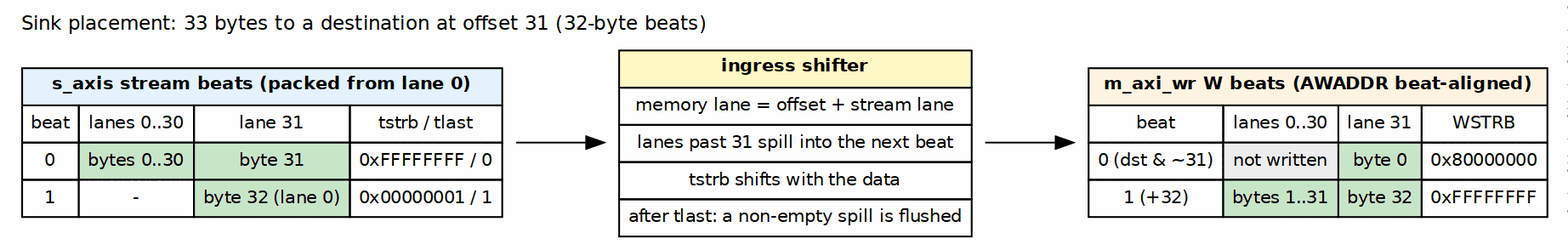
The Graphviz diagram projects/components/dma-ip/rapids/docs/rapids_has/assets/graphviz/02_byte_placement.png in sean-galloway/RTLDesignSherpa, before a commit. Its source is kept beside it as projects/components/dma-ip/rapids/docs/rapids_has/assets/graphviz/02_byte_placement.dot.
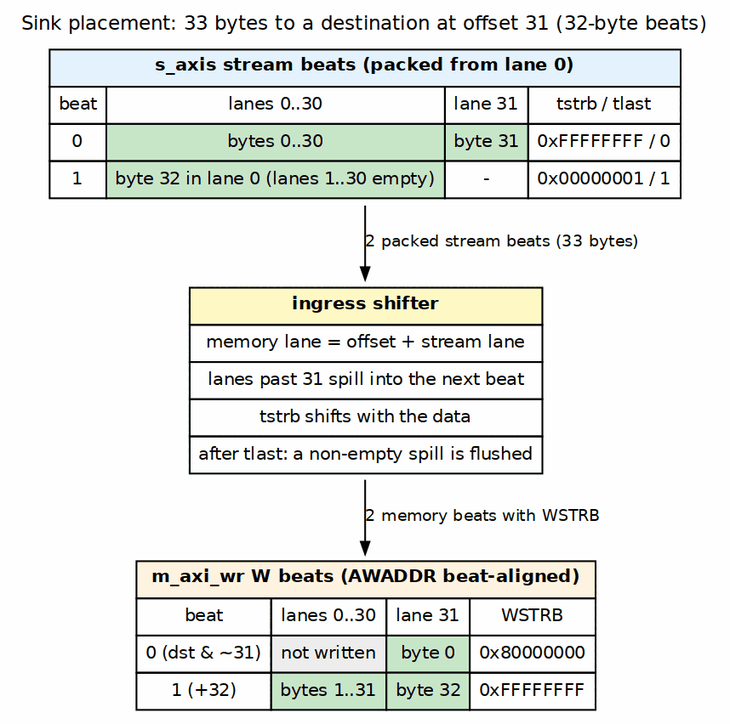
After the change.

Diff of the diagram source:
```diff
@@ -1,6 +1,7 @@
 digraph byte_placement {
-    graph [rankdir=LR, fontname="Helvetica", fontsize=11, nodesep=0.3, ranksep=0.7,
-           label="Sink placement: 33 bytes to a destination at offset 31 (32-byte beats)", labelloc=t, labeljust=l];
+    graph [rankdir=TB, bgcolor="white", fontname="Helvetica", fontsize=11, nodesep=0.3, ranksep=0.45,
+           label="Sink placement: 33 bytes to a destination at offset 31 (32-byte beats)", labelloc=t, labeljust=c];
+    edge  [fontname="Helvetica", fontsize=9, color="black", arrowsize=0.7];
     node  [shape=plaintext, fontname="Helvetica", fontsize=10];
 
     stream [label=<
@@ -8,7 +9,7 @@
         <tr><td colspan="4" bgcolor="#e3f2fd"><b>s_axis stream beats (packed from lane 0)</b></td></tr>
         <tr><td>beat</td><td>lanes 0..30</td><td>lane 31</td><td>tstrb / tlast</td></tr>
         <tr><td>0</td><td bgcolor="#c8e6c9">bytes 0..30</td><td bgcolor="#c8e6c9">byte 31</td><td>0xFFFFFFFF / 0</td></tr>
-        <tr><td>1</td><td bgcolor="#ffffff">-</td><td bgcolor="#c8e6c9">byte 32 (lane 0)</td><td>0x00000001 / 1</td></tr>
+        <tr><td>1</td><td bgcolor="#c8e6c9">byte 32 in lane 0 (lanes 1..30 empty)</td><td bgcolor="#ffffff">-</td><td>0x00000001 / 1</td></tr>
       </table>>];
 
     shifter [label=<
@@ -28,5 +29,6 @@
         <tr><td>1 (+32)</td><td bgcolor="#c8e6c9">bytes 1..31</td><td bgcolor="#c8e6c9">byte 32</td><td>0xFFFFFFFF</td></tr>
       </table>>];
 
-    stream -> shifter -> memory;
+    stream -> shifter [label="2 packed stream beats (33 bytes)"];
+    shifter -> memory [label="2 memory beats with WSTRB"];
 }
```
